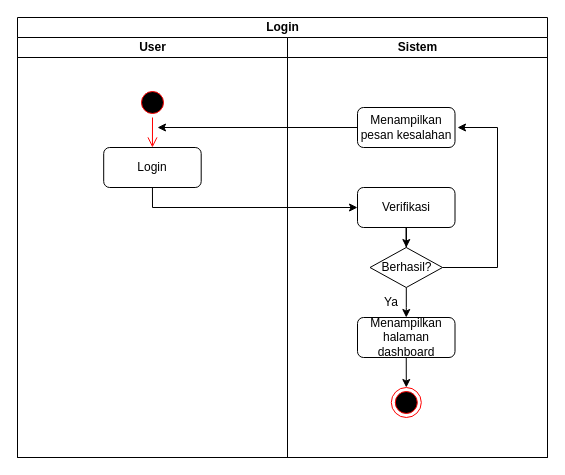
Before: page "Activity Diagram - Login" (3 of 7) of Cara Kerja Aplikasi TA.drawio in zelsaddr/All-Diagrams, a draw.io diagram. Source tidied: cells renumbered, new cells numbered last; positions are measured from the earlier drawing's top-left corner, leaving out a move shared by most shapes. Both pictures are drawn from the tidied source at 100%, with x=0, y=0 at pixel (17, 17).
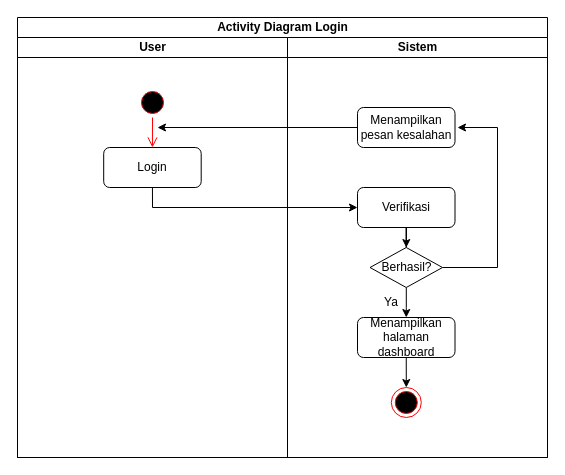
After the change.

What changed in the source:
```diff
@@
-    <mxCell id="2" value="Login" style="swimlane;startSize=20;html=1;" parent="1" vertex="1">
+    <mxCell id="2" value="Activity Diagram Login" style="swimlane;startSize=20;html=1;" parent="1" vertex="1">
       <mxGeometry width="530" height="440" as="geometry" />
     </mxCell>
```
